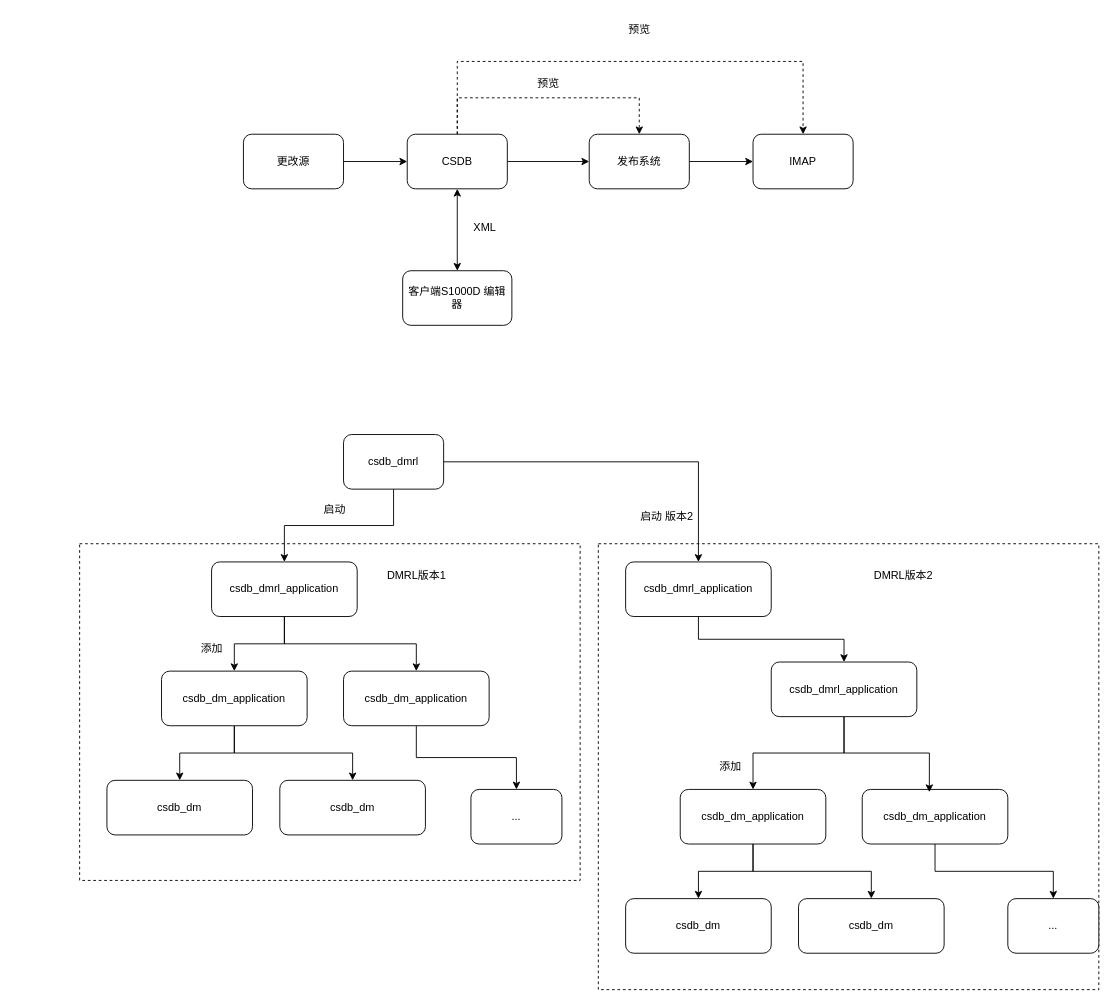
Earlier version of the draw.io diagram csdb/csdb系统交互.drawio (DemonHan/KuickBuy). Source tidied: cells renumbered, new cells numbered last; positions are measured from the earlier drawing's top-left corner, leaving out a move shared by most shapes. Both pictures are drawn from the tidied source at 91%, with x=0, y=0 at pixel (79, 15).
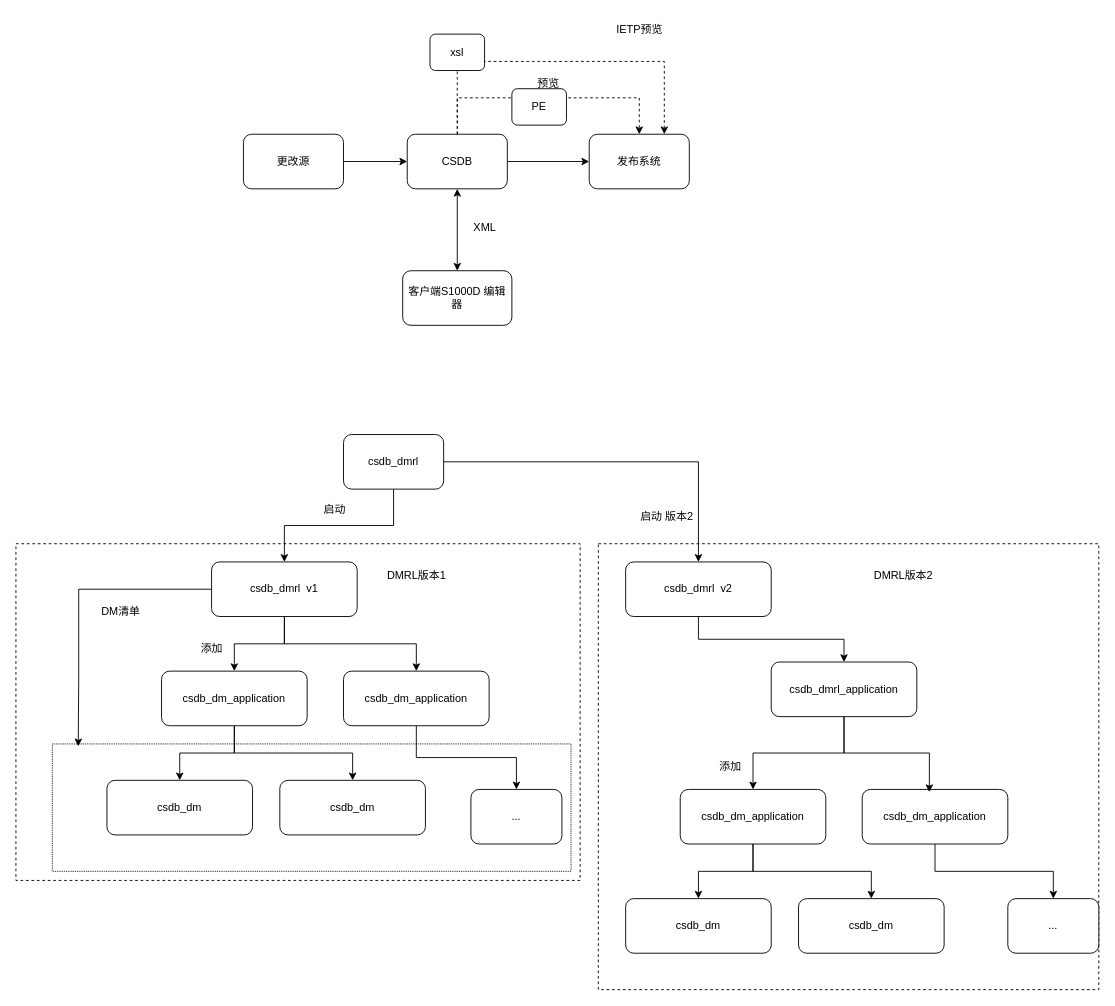
Above is the later version.

Commit message:
更新csdb系统交互.drawio

The change refers to these unchanged cells:
```xml
<mxCell id="6" value="CSDB" style="rounded=1;whiteSpace=wrap;html=1;" parent="1" vertex="1">
  <mxGeometry x="360" y="130" width="110" height="60" as="geometry" />
</mxCell>
<mxCell id="13" value="发布系统" style="rounded=1;whiteSpace=wrap;html=1;" parent="1" vertex="1">
  <mxGeometry x="560" y="130" width="110" height="60" as="geometry" />
</mxCell>
```

The edit, as a diff of the source:
```diff
@@
+    <mxCell id="3" style="rounded=0;whiteSpace=wrap;html=1;dashed=1;" parent="1" vertex="1">
+      <mxGeometry x="-70" y="580" width="620" height="370" as="geometry" />
+    </mxCell>
+    <mxCell id="51" style="rounded=0;whiteSpace=wrap;html=1;dashed=1;dashPattern=1 1;" parent="1" vertex="1">
+      <mxGeometry x="-30" y="800" width="570" height="140" as="geometry" />
+    </mxCell>
@@
-    <mxCell id="3" style="rounded=0;whiteSpace=wrap;html=1;dashed=1;" parent="1" vertex="1">
-      <mxGeometry y="580" width="550" height="370" as="geometry" />
-    </mxCell>
@@
-    <mxCell id="5" style="edgeStyle=orthogonalEdgeStyle;rounded=0;jettySize=auto;html=1;entryX=0.5;entryY=0;entryDx=0;entryDy=0;dashed=1;" parent="1" edge="1" source="6" target="14">
+    <mxCell id="5" style="edgeStyle=orthogonalEdgeStyle;rounded=0;jettySize=auto;html=1;entryX=0.75;entryY=0;entryDx=0;entryDy=0;dashed=1;" parent="1" edge="1" source="6" target="13">
       <mxGeometry relative="1" as="geometry">
         <Array as="points">
           <mxPoint x="415" y="50" />
-          <mxPoint x="795" y="50" />
+          <mxPoint x="643" y="50" />
         </Array>
       </mxGeometry>
     </mxCell>
@@
-    <mxCell id="12" style="edgeStyle=orthogonalEdgeStyle;rounded=0;jettySize=auto;html=1;" parent="1" edge="1" source="13" target="14">
-      <mxGeometry relative="1" as="geometry" />
-    </mxCell>
@@
-    <mxCell id="14" value="IMAP" style="rounded=1;whiteSpace=wrap;html=1;" parent="1" vertex="1">
-      <mxGeometry x="740" y="130" width="110" height="60" as="geometry" />
-    </mxCell>
-    <mxCell id="15" value="预览" style="text;html=1;align=center;verticalAlign=middle;strokeColor=none;fillColor=none;" parent="1" vertex="1">
-      <mxGeometry x="590" width="50" height="30" as="geometry" />
+    <mxCell id="15" value="IETP预览" style="text;html=1;align=center;verticalAlign=middle;strokeColor=none;fillColor=none;" parent="1" vertex="1">
+      <mxGeometry x="580" width="70" height="30" as="geometry" />
     </mxCell>
@@
-    <mxCell id="23" value="csdb_dmrl_application" style="rounded=1;whiteSpace=wrap;html=1;" parent="1" vertex="1">
+    <mxCell id="23" value="csdb_dmrl&amp;nbsp; v1" style="rounded=1;whiteSpace=wrap;html=1;" parent="1" vertex="1">
       <mxGeometry x="145" y="600" width="160" height="60" as="geometry" />
     </mxCell>
@@
-    <mxCell id="35" value="csdb_dmrl_application" style="rounded=1;whiteSpace=wrap;html=1;" parent="1" vertex="1">
+    <mxCell id="35" value="csdb_dmrl&amp;nbsp; v2" style="rounded=1;whiteSpace=wrap;html=1;" parent="1" vertex="1">
       <mxGeometry x="600" y="600" width="160" height="60" as="geometry" />
     </mxCell>
@@
+    <mxCell id="52" style="edgeStyle=orthogonalEdgeStyle;rounded=0;jettySize=auto;html=1;entryX=0.05;entryY=0.019;entryDx=0;entryDy=0;entryPerimeter=0;" parent="1" edge="1" source="23" target="51">
+      <mxGeometry relative="1" as="geometry">
+        <Array as="points">
+          <mxPoint x="-1" y="630" />
+          <mxPoint x="-1" y="730" />
+        </Array>
+      </mxGeometry>
+    </mxCell>
+    <mxCell id="53" value="DM清单" style="text;html=1;align=center;verticalAlign=middle;strokeColor=none;fillColor=none;" parent="1" vertex="1">
+      <mxGeometry x="10" y="640" width="70" height="30" as="geometry" />
+    </mxCell>
+    <mxCell id="54" value="PE" style="rounded=1;whiteSpace=wrap;html=1;" parent="1" vertex="1">
+      <mxGeometry x="475" y="80" width="60" height="40" as="geometry" />
+    </mxCell>
+    <mxCell id="55" value="xsl" style="rounded=1;whiteSpace=wrap;html=1;" parent="1" vertex="1">
+      <mxGeometry x="385" y="20" width="60" height="40" as="geometry" />
+    </mxCell>
```
